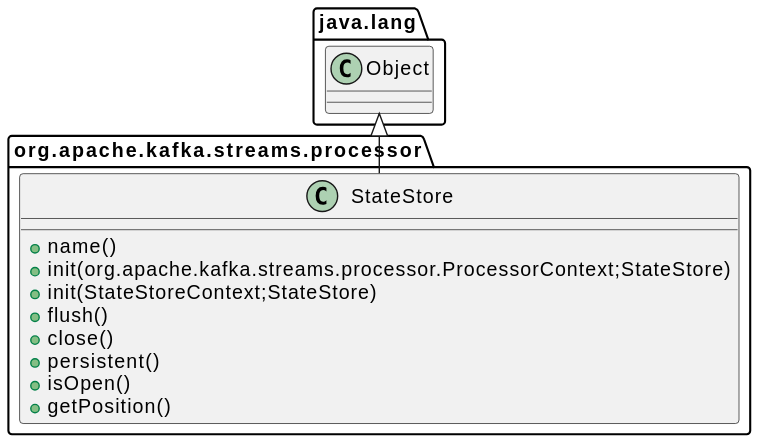
Above: docs/qc/streams/src/main/java/org/apache/kafka/streams/processor/StateStore.java.svg in qualitesys/kafka (PlantUML), before the change.
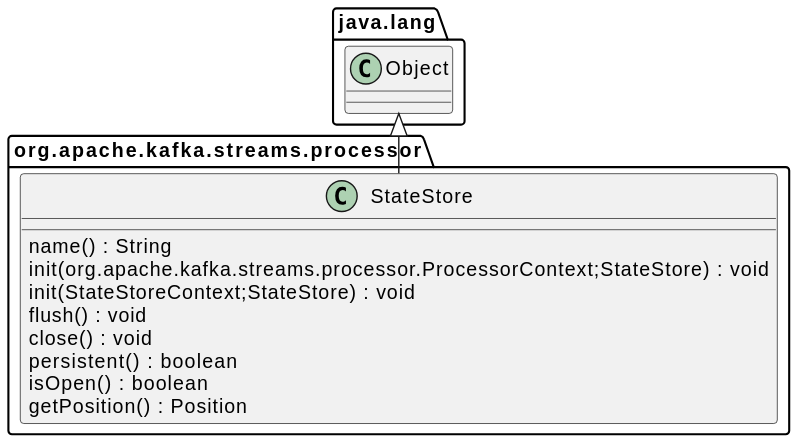
Later version of the same file.

Change to the diagram source:
```diff
@@ -2,13 +2,13 @@
 !pragma layout smetana
 java.lang.Object <|-- org.apache.kafka.streams.processor.StateStore
 class org.apache.kafka.streams.processor.StateStore {
-+  name()
-+  init(org.apache.kafka.streams.processor.ProcessorContext;StateStore)
-+  init(StateStoreContext;StateStore)
-+  flush()
-+  close()
-+  persistent()
-+  isOpen()
-+  getPosition()
+name() : String [[[././qc/streams/src/main/java/org/apache/kafka/streams/processor/StateStore.java.html#19]]]
+init(org.apache.kafka.streams.processor.ProcessorContext;StateStore) : void [[[././qc/streams/src/main/java/org/apache/kafka/streams/processor/StateStore.java.html#23]]]
+init(StateStoreContext;StateStore) : void [[[././qc/streams/src/main/java/org/apache/kafka/streams/processor/StateStore.java.html#26]]]
+flush() : void [[[././qc/streams/src/main/java/org/apache/kafka/streams/processor/StateStore.java.html#31]]]
+close() : void [[[././qc/streams/src/main/java/org/apache/kafka/streams/processor/StateStore.java.html#34]]]
+persistent() : boolean [[[././qc/streams/src/main/java/org/apache/kafka/streams/processor/StateStore.java.html#37]]]
+isOpen() : boolean [[[././qc/streams/src/main/java/org/apache/kafka/streams/processor/StateStore.java.html#40]]]
+getPosition() : Position [[[././qc/streams/src/main/java/org/apache/kafka/streams/processor/StateStore.java.html#54]]]
 }
 @enduml
```
